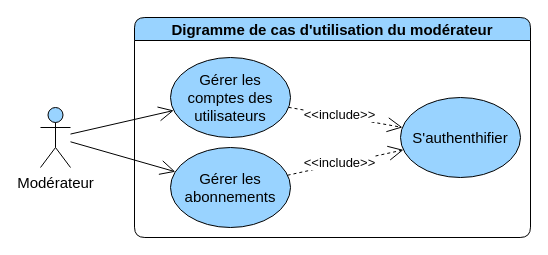
Earlier version of the draw.io diagram page "general" (1 of 3) of diagrams/use-case/moderateur.drawio (devlotfi/peage-pay). Source tidied: cells renumbered, new cells numbered last; positions are measured from the earlier drawing's top-left corner, leaving out a move shared by most shapes. Both pictures are drawn from the tidied source at 100%, with x=0, y=0 at pixel (40, 17).
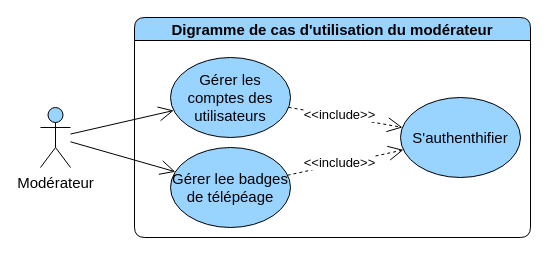
The same page after the edit.

Change to the diagram source:
```diff
@@
 <mxGraphModel>
   <root>
     <mxCell id="0" />
     <mxCell id="1" parent="0" />
     <mxCell id="2" value="Digramme de cas d'utilisation du modérateur" style="swimlane;whiteSpace=wrap;html=1;rounded=1;fillColor=#99D3FF;fontSize=15;" parent="1" vertex="1">
       <mxGeometry x="94" width="396" height="220" as="geometry" />
     </mxCell>
     <mxCell id="3" style="edgeStyle=none;rounded=0;jettySize=auto;html=1;strokeColor=default;align=center;verticalAlign=middle;fontFamily=Helvetica;fontSize=15;fontColor=default;labelBackgroundColor=default;startSize=6;endArrow=open;endFill=0;endSize=13;dashed=1;" parent="2" edge="1" source="5" target="6">
       <mxGeometry relative="1" as="geometry" />
     </mxCell>
     <mxCell id="4" value="&amp;lt;&amp;lt;include&amp;gt;&amp;gt;" style="edgeLabel;html=1;align=center;verticalAlign=middle;strokeColor=default;fontFamily=Helvetica;fontSize=13;fontColor=default;labelBackgroundColor=default;fillColor=#99D3FF;" parent="3" vertex="1">
       <mxGeometry x="-0.11" y="2" relative="1" as="geometry" />
     </mxCell>
     <mxCell id="5" value="Gérer les comptes des utilisateurs" style="ellipse;whiteSpace=wrap;html=1;strokeColor=default;align=center;verticalAlign=middle;fontFamily=Helvetica;fontSize=15;fontColor=default;fillColor=#99D3FF;" parent="2" vertex="1">
       <mxGeometry x="36" y="40" width="120" height="80" as="geometry" />
     </mxCell>
     <mxCell id="6" value="S'authenthifier" style="ellipse;whiteSpace=wrap;html=1;strokeColor=default;align=center;verticalAlign=middle;fontFamily=Helvetica;fontSize=15;fontColor=default;fillColor=#99D3FF;" parent="2" vertex="1">
       <mxGeometry x="266" y="80" width="120" height="80" as="geometry" />
     </mxCell>
-    <mxCell id="7" value="Gérer les abonnements" style="ellipse;whiteSpace=wrap;html=1;strokeColor=default;align=center;verticalAlign=middle;fontFamily=Helvetica;fontSize=15;fontColor=default;fillColor=#99D3FF;" parent="2" vertex="1">
+    <mxCell id="7" value="Gérer lee badges de télépéage" style="ellipse;whiteSpace=wrap;html=1;strokeColor=default;align=center;verticalAlign=middle;fontFamily=Helvetica;fontSize=15;fontColor=default;fillColor=#99D3FF;" parent="2" vertex="1">
       <mxGeometry x="36" y="130" width="120" height="80" as="geometry" />
     </mxCell>
     <mxCell id="8" style="edgeStyle=none;rounded=0;jettySize=auto;html=1;strokeColor=default;align=center;verticalAlign=middle;fontFamily=Helvetica;fontSize=15;fontColor=default;labelBackgroundColor=default;startSize=6;endArrow=open;endFill=0;endSize=13;dashed=1;" parent="2" edge="1" source="7" target="6">
       <mxGeometry relative="1" as="geometry" />
     </mxCell>
     <mxCell id="9" value="&amp;lt;&amp;lt;include&amp;gt;&amp;gt;" style="edgeLabel;html=1;align=center;verticalAlign=middle;strokeColor=default;fontFamily=Helvetica;fontSize=13;fontColor=default;labelBackgroundColor=default;fillColor=#99D3FF;" parent="8" vertex="1">
       <mxGeometry x="-0.11" y="2" relative="1" as="geometry" />
     </mxCell>
     <mxCell id="10" style="rounded=0;jettySize=auto;html=1;fontFamily=Helvetica;fontSize=15;fontColor=default;endArrow=open;endFill=0;startSize=6;endSize=13;" parent="1" edge="1" source="11" target="5">
       <mxGeometry relative="1" as="geometry" />
     </mxCell>
     <mxCell id="11" value="Modérateur" style="shape=umlActor;verticalLabelPosition=bottom;verticalAlign=top;html=1;outlineConnect=0;strokeColor=default;align=center;fontFamily=Helvetica;fontSize=15;fontColor=default;fillColor=#99D3FF;" parent="1" vertex="1">
       <mxGeometry y="90" width="30" height="60" as="geometry" />
     </mxCell>
     <mxCell id="12" style="rounded=0;jettySize=auto;html=1;fontFamily=Helvetica;fontSize=15;fontColor=default;endArrow=open;endFill=0;startSize=6;endSize=13;" parent="1" edge="1" source="11" target="7">
       <mxGeometry relative="1" as="geometry" />
     </mxCell>
   </root>
 </mxGraphModel>
```
